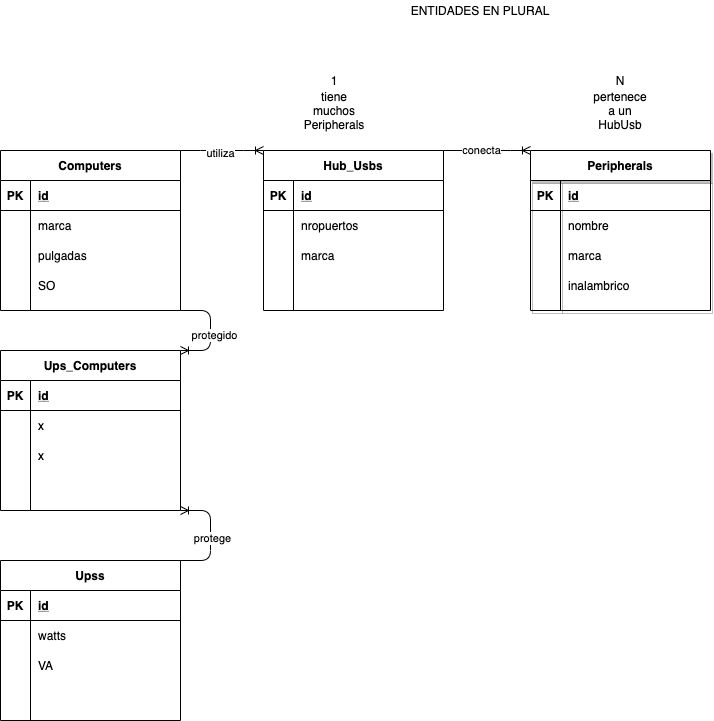
Freddymhs/-example_RoR-sqlite.relacionesdemodelos keeps this draw.io diagram as DIAGRAMA.drawio.png. Above is the earlier version. Source tidied: cells renumbered, new cells last; positions are measured from the earlier drawing's top-left corner, leaving out a move shared by most shapes.
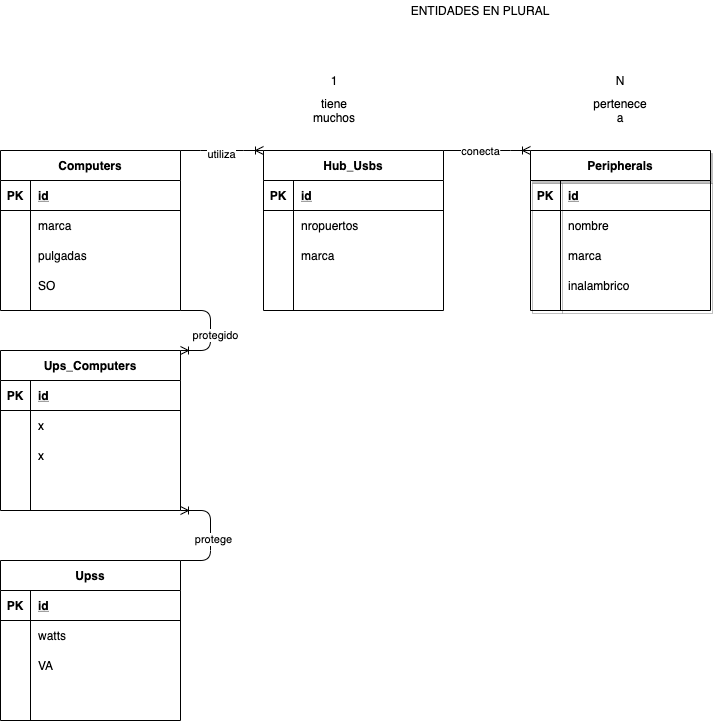
Above is the later version.

What changed in the source:
```diff
@@ -232,10 +232,10 @@
     <mxCell id="77" value="N" style="text;html=1;strokeColor=none;fillColor=none;align=center;verticalAlign=middle;whiteSpace=wrap;rounded=0;" parent="1" vertex="1">
       <mxGeometry x="600" y="70" width="40" height="20" as="geometry" />
     </mxCell>
-    <mxCell id="78" value="tiene muchos Peripherals" style="text;html=1;strokeColor=none;fillColor=none;align=center;verticalAlign=middle;whiteSpace=wrap;rounded=0;" parent="1" vertex="1">
+    <mxCell id="78" value="tiene muchos" style="text;html=1;strokeColor=none;fillColor=none;align=center;verticalAlign=middle;whiteSpace=wrap;rounded=0;" parent="1" vertex="1">
       <mxGeometry x="314" y="100" width="40" height="20" as="geometry" />
     </mxCell>
-    <mxCell id="79" value="pertenece a un HubUsb" style="text;html=1;strokeColor=none;fillColor=none;align=center;verticalAlign=middle;whiteSpace=wrap;rounded=0;" parent="1" vertex="1">
+    <mxCell id="79" value="pertenece a" style="text;html=1;strokeColor=none;fillColor=none;align=center;verticalAlign=middle;whiteSpace=wrap;rounded=0;" parent="1" vertex="1">
       <mxGeometry x="600" y="100" width="40" height="20" as="geometry" />
     </mxCell>
   </root>
```
